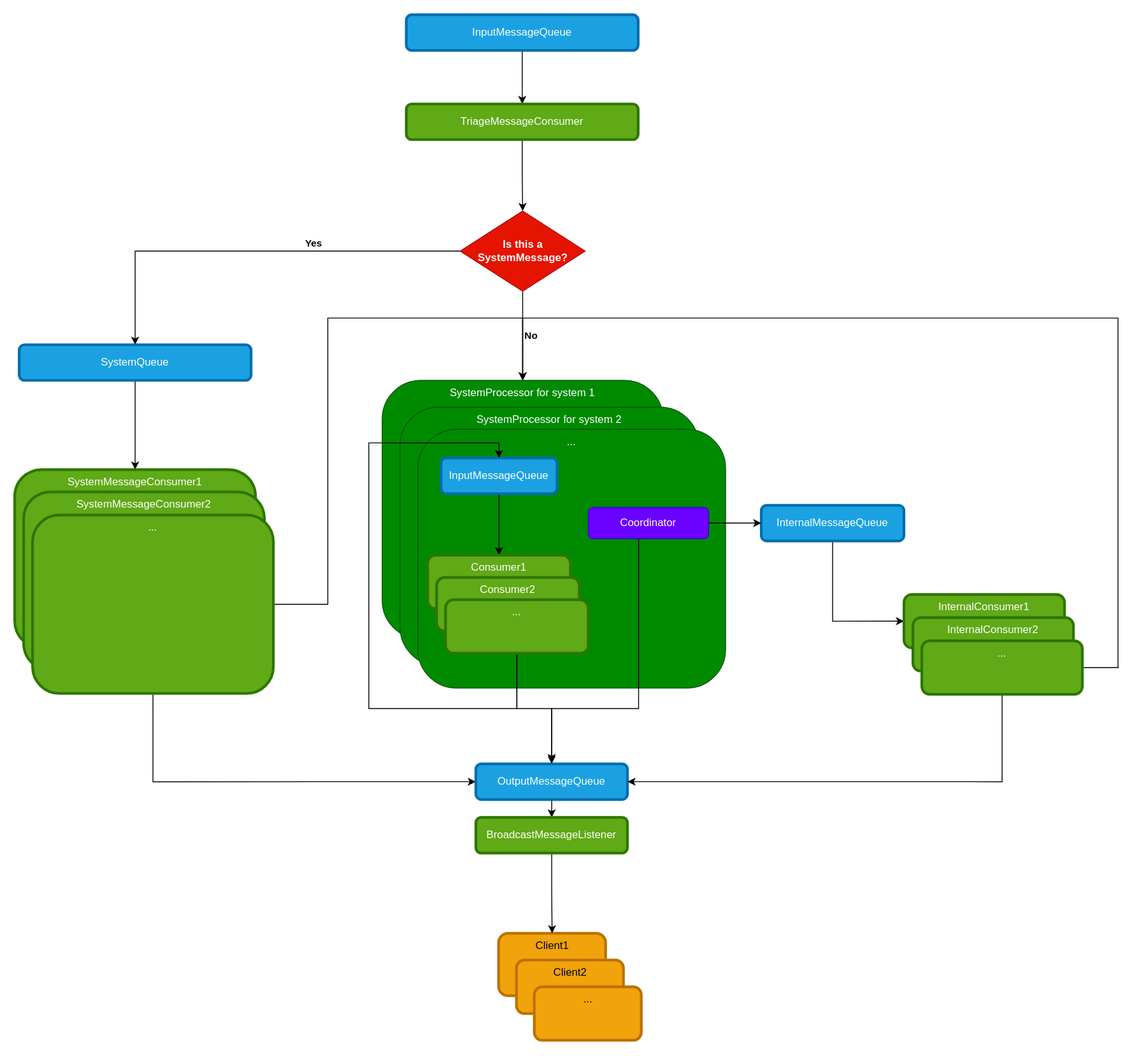
This is resources/messaging-system.svg from Knoblauchpilze/bsgalone, a draw.io export, as it was before one commit. Source tidied: cells renumbered, new cells last; positions are measured from the earlier drawing's top-left corner, leaving out a move shared by most shapes.
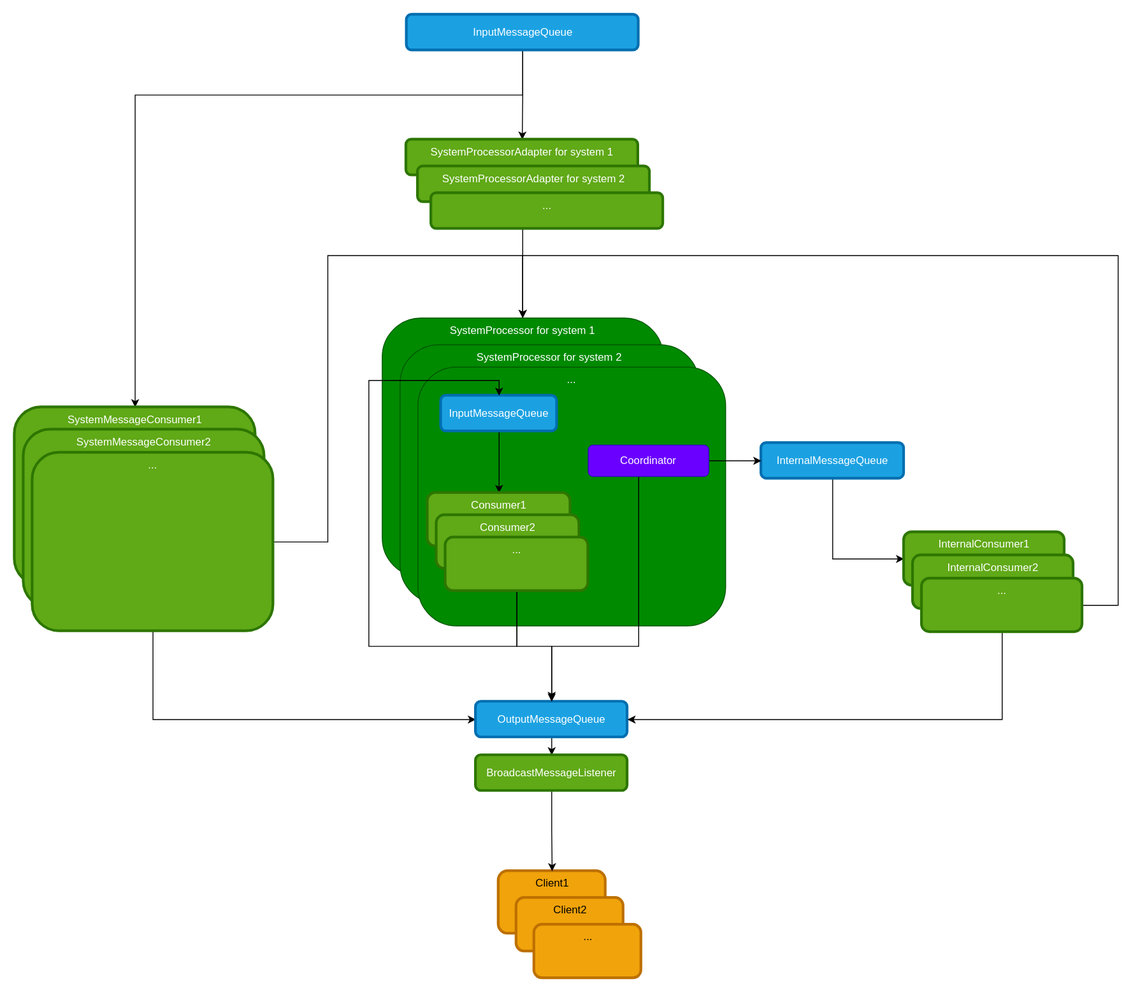
The same diagram one commit later.

What changed in the source:
```diff
@@ -5,43 +5,25 @@
     <mxCell id="2" style="edgeStyle=orthogonalEdgeStyle;rounded=0;jettySize=auto;html=1;" parent="1" edge="1" source="3" target="14">
       <mxGeometry relative="1" as="geometry" />
     </mxCell>
+    <mxCell id="45" style="edgeStyle=orthogonalEdgeStyle;rounded=0;jettySize=auto;html=1;" parent="1" edge="1" source="3" target="15">
+      <mxGeometry relative="1" as="geometry">
+        <Array as="points">
+          <mxPoint x="569" y="160" />
+          <mxPoint x="135" y="160" />
+        </Array>
+      </mxGeometry>
+    </mxCell>
     <mxCell id="3" value="&lt;div&gt;InputMessageQueue&lt;/div&gt;" style="rounded=1;whiteSpace=wrap;html=1;fillColor=#1ba1e2;fontColor=light-dark(#FFFFFF,#FFFFFF);strokeColor=#006EAF;strokeWidth=3;" parent="1" vertex="1">
-      <mxGeometry x="439" width="260" height="40" as="geometry" />
+      <mxGeometry x="439.5" y="70" width="260" height="40" as="geometry" />
     </mxCell>
-    <mxCell id="4" style="edgeStyle=orthogonalEdgeStyle;rounded=0;jettySize=auto;html=1;" parent="1" edge="1" source="8" target="12">
-      <mxGeometry relative="1" as="geometry" />
-    </mxCell>
-    <mxCell id="5" value="Yes" style="edgeLabel;html=1;align=center;verticalAlign=bottom;fontStyle=1;labelBackgroundColor=default;" parent="4" vertex="1">
-      <mxGeometry x="-0.3" y="-1" relative="1" as="geometry" />
-    </mxCell>
-    <mxCell id="6" style="edgeStyle=orthogonalEdgeStyle;rounded=0;jettySize=auto;html=1;entryX=0.5;entryY=0;entryDx=0;entryDy=0;" parent="1" edge="1" source="8" target="9">
-      <mxGeometry relative="1" as="geometry" />
-    </mxCell>
-    <mxCell id="7" value="No" style="edgeLabel;html=1;align=left;verticalAlign=middle;fontStyle=1;textShadow=0;labelBackgroundColor=light-dark(#FFFFFF,#000000);" parent="6" vertex="1">
-      <mxGeometry x="-0.38" y="1" relative="1" as="geometry">
-        <mxPoint x="-1" y="19" as="offset" />
-      </mxGeometry>
-    </mxCell>
-    <mxCell id="8" value="Is this a SystemMessage?" style="rhombus;whiteSpace=wrap;html=1;fillColor=light-dark(#E51400,#E51400);fontColor=#ffffff;strokeColor=#B20000;fontStyle=1;" parent="1" vertex="1">
-      <mxGeometry x="499.5" y="220" width="140" height="90" as="geometry" />
-    </mxCell>
     <mxCell id="9" value="SystemProcessor for system 1" style="rounded=1;whiteSpace=wrap;html=1;verticalAlign=top;fillColor=#008a00;fontColor=light-dark(#FFFFFF,#FFFFFF);strokeColor=#005700;" parent="1" vertex="1">
       <mxGeometry x="412" y="410" width="315" height="290" as="geometry" />
     </mxCell>
     <mxCell id="10" value="Client1" style="rounded=1;whiteSpace=wrap;html=1;fillColor=#f0a30a;fontColor=#000000;strokeColor=#BD7000;strokeWidth=3;verticalAlign=top;" parent="1" vertex="1">
       <mxGeometry x="542.5" y="1030" width="120" height="70" as="geometry" />
     </mxCell>
-    <mxCell id="11" style="edgeStyle=orthogonalEdgeStyle;rounded=0;jettySize=auto;html=1;" parent="1" edge="1" source="12" target="15">
-      <mxGeometry relative="1" as="geometry" />
-    </mxCell>
-    <mxCell id="12" value="SystemQueue" style="rounded=1;whiteSpace=wrap;html=1;fillColor=#1ba1e2;fontColor=light-dark(#FFFFFF,#FFFFFF);strokeColor=#006EAF;strokeWidth=3;" parent="1" vertex="1">
-      <mxGeometry x="5" y="370" width="260" height="40" as="geometry" />
-    </mxCell>
-    <mxCell id="13" style="edgeStyle=orthogonalEdgeStyle;rounded=0;jettySize=auto;html=1;entryX=0.5;entryY=0;entryDx=0;entryDy=0;" parent="1" edge="1" source="14" target="8">
-      <mxGeometry relative="1" as="geometry" />
-    </mxCell>
-    <mxCell id="14" value="TriageMessageConsumer" style="rounded=1;whiteSpace=wrap;html=1;fillColor=#60a917;fontColor=light-dark(#FFFFFF,#FFFFFF);strokeColor=#2D7600;strokeWidth=3;" parent="1" vertex="1">
-      <mxGeometry x="439" y="100" width="260" height="40" as="geometry" />
+    <mxCell id="14" value="SystemProcessorAdapter for system 1" style="rounded=1;whiteSpace=wrap;html=1;fillColor=#60a917;fontColor=light-dark(#FFFFFF,#FFFFFF);strokeColor=#2D7600;strokeWidth=3;verticalAlign=top;" parent="1" vertex="1">
+      <mxGeometry x="439" y="210" width="260" height="40" as="geometry" />
     </mxCell>
     <mxCell id="15" value="SystemMessageConsumer1" style="rounded=1;whiteSpace=wrap;html=1;fillColor=#60a917;fontColor=light-dark(#FFFFFF,#FFFFFF);strokeColor=#2D7600;strokeWidth=3;verticalAlign=top;" parent="1" vertex="1">
       <mxGeometry y="510" width="270" height="200" as="geometry" />
@@ -168,5 +150,18 @@
     <mxCell id="44" value="BroadcastMessageListener" style="rounded=1;whiteSpace=wrap;html=1;fillColor=#60a917;fontColor=light-dark(#FFFFFF,#FFFFFF);strokeColor=#2D7600;strokeWidth=3;" parent="1" vertex="1">
       <mxGeometry x="517" y="900" width="170" height="40" as="geometry" />
     </mxCell>
+    <mxCell id="46" value="SystemProcessorAdapter for system 2" style="rounded=1;whiteSpace=wrap;html=1;fillColor=#60a917;fontColor=light-dark(#FFFFFF,#FFFFFF);strokeColor=#2D7600;strokeWidth=3;verticalAlign=top;" parent="1" vertex="1">
+      <mxGeometry x="452" y="240" width="260" height="40" as="geometry" />
+    </mxCell>
+    <mxCell id="47" style="edgeStyle=orthogonalEdgeStyle;rounded=0;jettySize=auto;html=1;entryX=0.5;entryY=0;entryDx=0;entryDy=0;" parent="1" edge="1" source="48" target="9">
+      <mxGeometry relative="1" as="geometry">
+        <Array as="points">
+          <mxPoint x="570" y="345" />
+        </Array>
+      </mxGeometry>
+    </mxCell>
+    <mxCell id="48" value="..." style="rounded=1;whiteSpace=wrap;html=1;fillColor=#60a917;fontColor=light-dark(#FFFFFF,#FFFFFF);strokeColor=#2D7600;strokeWidth=3;verticalAlign=top;" parent="1" vertex="1">
+      <mxGeometry x="467" y="270" width="260" height="40" as="geometry" />
+    </mxCell>
   </root>
 </mxGraphModel>
```
